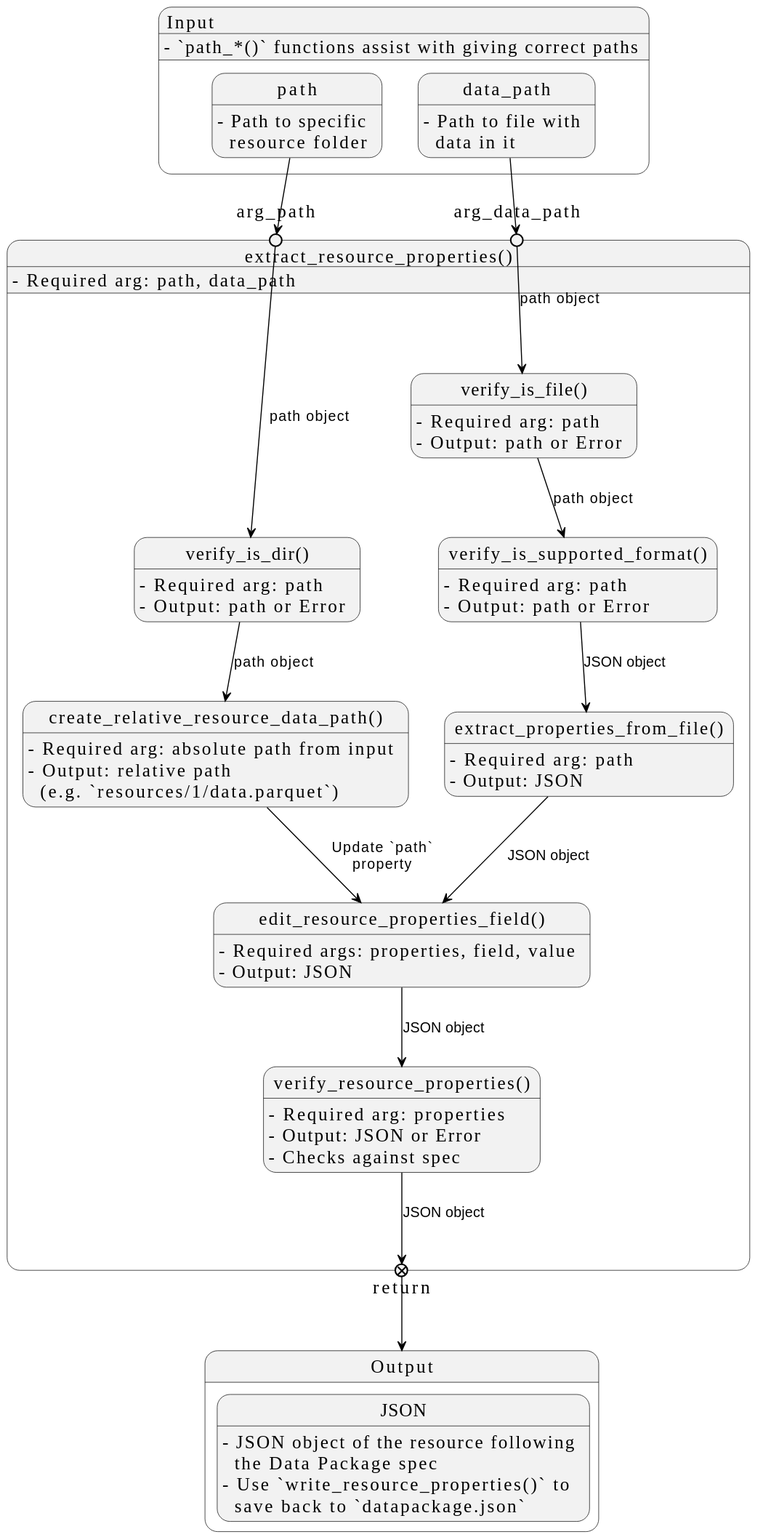
The PlantUML diagram docs/design/images/core-python-functions/extract-resource-properties.svg in seedcase-project/seedcase-sprout, before a commit. Its diagram source:
```plantuml
@startuml
!theme seedcase from https://raw.githubusercontent.com/seedcase-project/seedcase-theme/main

state "Input" as input {
  input : - `path_*()` functions assist with giving correct paths
  path : - Path to specific\n  resource folder
  data_path : - Path to file with\n  data in it
  path -[hidden]> data_path
}

state "Output" as output {
  state "JSON" as json_output
  json_output : - JSON object of the resource following\n  the Data Package spec
  json_output : - Use `write_resource_properties()` to\n  save back to `datapackage.json`
}

state "extract_resource_properties()" as erp {
  erp : - Required arg: path, data_path

  state arg_path <<entryPoint>>
  state arg_data_path <<entryPoint>>

  path --> arg_path
  data_path --> arg_data_path

  state "verify_is_dir()" as vid
  vid : - Required arg: path
  vid : - Output: path or Error
  arg_path --> vid : path object

  state "create_relative_resource_data_path()" as crrdp
  crrdp : - Required arg: absolute path from input
  crrdp : - Output: relative path\n  (e.g. `resources/1/data.parquet`)
  vid --> crrdp : path object

  state "verify_is_file()" as vif
  vif : - Required arg: path
  vif : - Output: path or Error
  arg_data_path --> vif : path object

  state "verify_is_supported_format()" as vsf
  vsf : - Required arg: path
  vsf : - Output: path or Error
  vif --> vsf : path object

  state "extract_properties_from_file()" as epff
  epff : - Required arg: path
  epff : - Output: JSON
  vsf --> epff : JSON object

  state "edit_resource_properties_field()" as erpf
  erpf : - Required args: properties, field, value
  erpf : - Output: JSON
  epff --> erpf : JSON object
  crrdp --> erpf : Update `path`\nproperty

  state "verify_resource_properties()" as vrp
  vrp : - Required arg: properties
  vrp : - Output: JSON or Error
  vrp : - Checks against spec
  erpf --> vrp : JSON object

  state "return" <<exitPoint>>
  vrp --> return : JSON object
  return --> output
}
@enduml
```
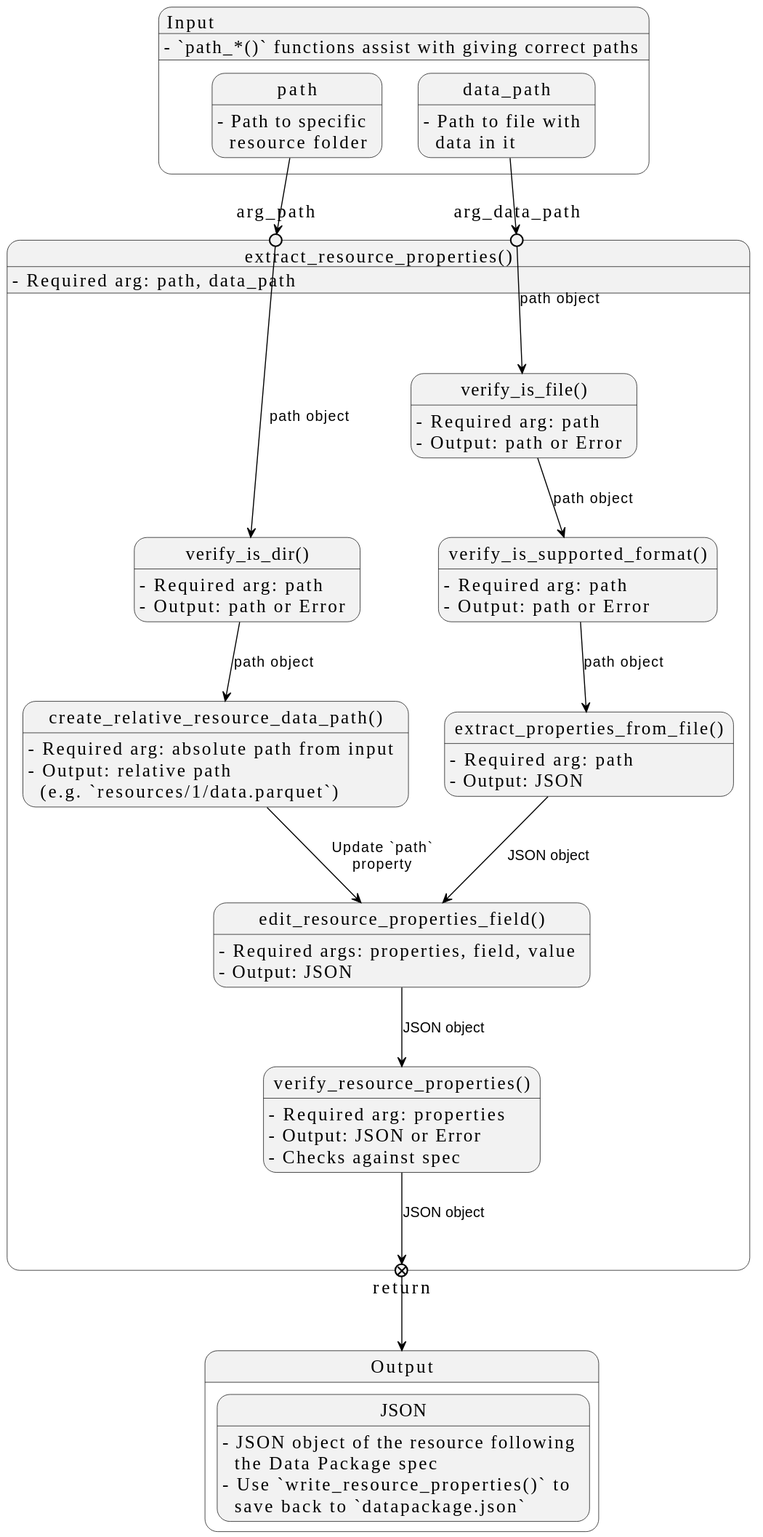
Above is the later version.

Commit message:
chore: :memo: update diagram image

What changed in the source:
```diff
@@ -46,7 +46,7 @@
   state "extract_properties_from_file()" as epff
   epff : - Required arg: path
   epff : - Output: JSON
-  vsf --> epff : JSON object
+  vsf --> epff : path object
 
   state "edit_resource_properties_field()" as erpf
   erpf : - Required args: properties, field, value
```
